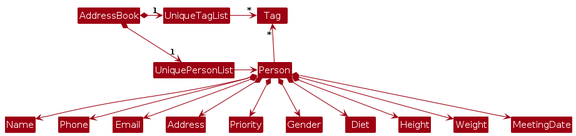
AY2425S2-CS2103T-F11-2/tp keeps this PlantUML diagram as diagrams/BetterModelClassDiagram.png. Above is the earlier version. Its source is kept beside it as diagrams/BetterModelClassDiagram.puml. The source it was exported from:
```plantuml
@startuml
!include style.puml
skinparam arrowThickness 1.1
skinparam arrowColor MODEL_COLOR
skinparam classBackgroundColor MODEL_COLOR

AddressBook *-right-> "1" UniquePersonList
AddressBook *-right-> "1" UniqueTagList
UniqueTagList -[hidden]down- UniquePersonList
UniqueTagList -[hidden]down- UniquePersonList

UniqueTagList -right-> "*" Tag
UniquePersonList -right-> Person

Person -up-> "*" Tag

Person *--> Name
Person *--> Phone
Person *--> Email
Person *--> Address
Person *--> Priority
Person *--> Gender
Person *--> Diet
Person *--> Height
Person *--> Weight
Person *--> MeetingDate
@enduml
```
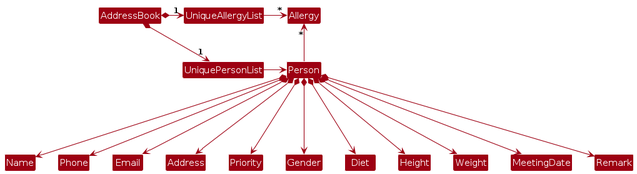
Later version of the same file.

What changed in the source:
```diff
@@ -5,23 +5,24 @@
 skinparam classBackgroundColor MODEL_COLOR
 
 AddressBook *-right-> "1" UniquePersonList
-AddressBook *-right-> "1" UniqueTagList
-UniqueTagList -[hidden]down- UniquePersonList
-UniqueTagList -[hidden]down- UniquePersonList
+AddressBook *-right-> "1" UniqueAllergyList
+UniqueAllergyList -[hidden]down- UniquePersonList
+UniqueAllergyList -[hidden]down- UniquePersonList
 
-UniqueTagList -right-> "*" Tag
+UniqueAllergyList -right-> "*" Allergy
 UniquePersonList -right-> Person
 
-Person -up-> "*" Tag
+Person -up-> "*" Allergy
 
-Person *--> Name
-Person *--> Phone
-Person *--> Email
-Person *--> Address
-Person *--> Priority
-Person *--> Gender
-Person *--> Diet
-Person *--> Height
-Person *--> Weight
-Person *--> MeetingDate
+Person *---> Name
+Person *---> Phone
+Person *---> Email
+Person *---> Address
+Person *---> Priority
+Person *---> Gender
+Person *---> Diet
+Person *---> Height
+Person *---> Weight
+Person *---> MeetingDate
+Person *---> Remark
 @enduml
```
